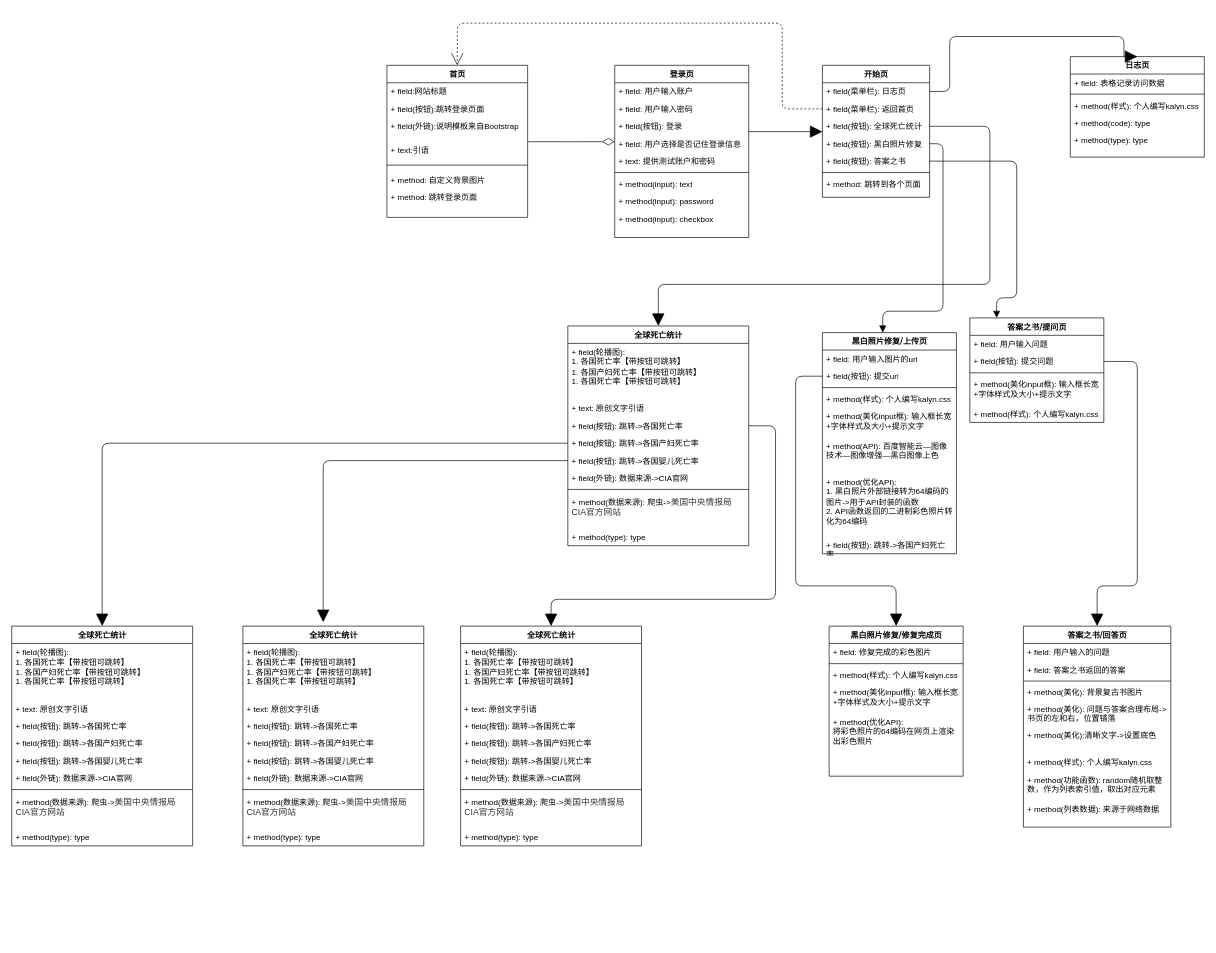
Above: 页面流程图.drawio in azazazzzz/python_project (draw.io), before the change. Source tidied: cells renumbered, new cells numbered last; positions are measured from the earlier drawing's top-left corner, leaving out a move shared by most shapes. Both pictures are drawn from the tidied source at 67%, with x=0, y=0 at pixel (11, 23).
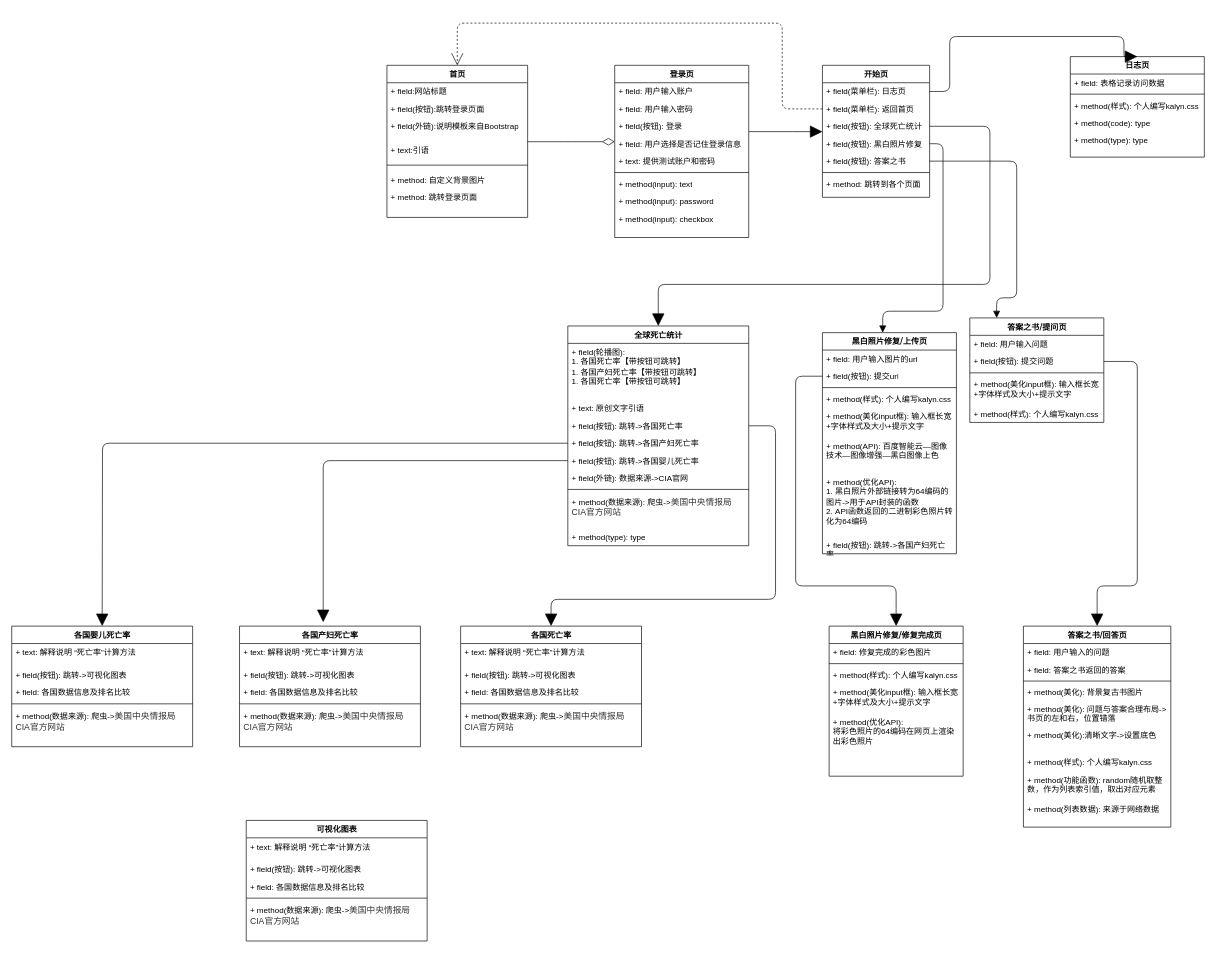
After the change.

Commit message (it also covers changes not shown here):
更新页面流程图.drawio

Unchanged cells that the change refers to:
```xml
<mxCell id="33" value="+ field(按钮): 跳转-&amp;gt;各国产妇死亡率" style="text;html=1;strokeColor=none;fillColor=none;align=left;verticalAlign=top;spacingLeft=4;spacingRight=4;whiteSpace=wrap;overflow=hidden;points=[[0,0.5],[1,0.5]];portConstraint=eastwest;" parent="29" vertex="1">
  <mxGeometry y="162" width="270" height="26" as="geometry" />
</mxCell>
<mxCell id="34" value="+ field(按钮): 跳转-&amp;gt;各国婴儿死亡率" style="text;html=1;strokeColor=none;fillColor=none;align=left;verticalAlign=top;spacingLeft=4;spacingRight=4;whiteSpace=wrap;overflow=hidden;points=[[0,0.5],[1,0.5]];portConstraint=eastwest;" parent="29" vertex="1">
  <mxGeometry y="188" width="270" height="26" as="geometry" />
</mxCell>
```

Diff of the diagram source:
```diff
@@
-    <mxCell id="83" value="全球死亡统计" style="swimlane;html=1;fontStyle=1;align=center;verticalAlign=top;horizontal=1;startSize=26;swimlaneFillColor=#ffffff;rounded=0;shadow=0;comic=0;labelBackgroundColor=none;strokeWidth=1;fillColor=none;fontFamily=Verdana;fontSize=12;" parent="1" vertex="1">
-      <mxGeometry y="900" width="270" height="328" as="geometry" />
-    </mxCell>
-    <mxCell id="84" value="+ field(轮播图): &lt;br&gt;1. 各国死亡率【带按钮可跳转】&lt;br&gt;1. 各国产妇死亡率【带按钮可跳转】&lt;br&gt;1. 各国死亡率【带按钮可跳转】" style="text;html=1;strokeColor=none;fillColor=none;align=left;verticalAlign=top;spacingLeft=4;spacingRight=4;whiteSpace=wrap;overflow=hidden;" parent="83" vertex="1">
-      <mxGeometry y="26" width="270" height="84" as="geometry" />
-    </mxCell>
-    <mxCell id="85" value="+ text: 原创文字引语" style="text;html=1;strokeColor=none;fillColor=none;align=left;verticalAlign=top;spacingLeft=4;spacingRight=4;whiteSpace=wrap;overflow=hidden;" parent="83" vertex="1">
-      <mxGeometry y="110" width="270" height="26" as="geometry" />
-    </mxCell>
-    <mxCell id="86" value="+ field(按钮): 跳转-&amp;gt;各国死亡率" style="text;html=1;strokeColor=none;fillColor=none;align=left;verticalAlign=top;spacingLeft=4;spacingRight=4;whiteSpace=wrap;overflow=hidden;" parent="83" vertex="1">
-      <mxGeometry y="136" width="270" height="26" as="geometry" />
-    </mxCell>
-    <mxCell id="87" value="+ field(按钮): 跳转-&amp;gt;各国产妇死亡率" style="text;html=1;strokeColor=none;fillColor=none;align=left;verticalAlign=top;spacingLeft=4;spacingRight=4;whiteSpace=wrap;overflow=hidden;" parent="83" vertex="1">
-      <mxGeometry y="162" width="270" height="26" as="geometry" />
-    </mxCell>
-    <mxCell id="88" value="+ field(按钮): 跳转-&amp;gt;各国婴儿死亡率" style="text;html=1;strokeColor=none;fillColor=none;align=left;verticalAlign=top;spacingLeft=4;spacingRight=4;whiteSpace=wrap;overflow=hidden;" parent="83" vertex="1">
-      <mxGeometry y="188" width="270" height="26" as="geometry" />
-    </mxCell>
-    <mxCell id="89" value="+ field(外链): 数据来源-&amp;gt;CIA官网&amp;nbsp;" style="text;html=1;strokeColor=none;fillColor=none;align=left;verticalAlign=top;spacingLeft=4;spacingRight=4;whiteSpace=wrap;overflow=hidden;" parent="83" vertex="1">
-      <mxGeometry y="214" width="270" height="26" as="geometry" />
-    </mxCell>
-    <mxCell id="90" style="line;html=1;strokeWidth=1;fillColor=none;align=left;verticalAlign=middle;spacingTop=-1;spacingLeft=3;spacingRight=3;labelPosition=right;" parent="83" vertex="1">
-      <mxGeometry y="240" width="270" height="8" as="geometry" />
-    </mxCell>
-    <mxCell id="91" value="+ method(数据来源): 爬虫-&amp;gt;&lt;span style=&quot;color: rgb(51 , 51 , 51) ; font-family: &amp;#34;arial&amp;#34; , sans-serif ; font-size: 13px ; background-color: rgb(255 , 255 , 255)&quot;&gt;美国中央情报局CIA官方网站&lt;/span&gt;" style="text;html=1;strokeColor=none;fillColor=none;align=left;verticalAlign=top;spacingLeft=4;spacingRight=4;whiteSpace=wrap;overflow=hidden;" parent="83" vertex="1">
-      <mxGeometry y="248" width="270" height="54" as="geometry" />
-    </mxCell>
-    <mxCell id="92" value="+ method(type): type" style="text;html=1;strokeColor=none;fillColor=none;align=left;verticalAlign=top;spacingLeft=4;spacingRight=4;whiteSpace=wrap;overflow=hidden;" parent="83" vertex="1">
-      <mxGeometry y="302" width="270" height="26" as="geometry" />
-    </mxCell>
-    <mxCell id="93" value="全球死亡统计" style="swimlane;html=1;fontStyle=1;align=center;verticalAlign=top;horizontal=1;startSize=26;swimlaneFillColor=#ffffff;rounded=0;shadow=0;comic=0;labelBackgroundColor=none;strokeWidth=1;fillColor=none;fontFamily=Verdana;fontSize=12;" parent="1" vertex="1">
-      <mxGeometry x="345" y="900" width="270" height="328" as="geometry" />
-    </mxCell>
-    <mxCell id="94" value="+ field(轮播图): &lt;br&gt;1. 各国死亡率【带按钮可跳转】&lt;br&gt;1. 各国产妇死亡率【带按钮可跳转】&lt;br&gt;1. 各国死亡率【带按钮可跳转】" style="text;html=1;strokeColor=none;fillColor=none;align=left;verticalAlign=top;spacingLeft=4;spacingRight=4;whiteSpace=wrap;overflow=hidden;" parent="93" vertex="1">
-      <mxGeometry y="26" width="270" height="84" as="geometry" />
-    </mxCell>
-    <mxCell id="95" value="+ text: 原创文字引语" style="text;html=1;strokeColor=none;fillColor=none;align=left;verticalAlign=top;spacingLeft=4;spacingRight=4;whiteSpace=wrap;overflow=hidden;" parent="93" vertex="1">
-      <mxGeometry y="110" width="270" height="26" as="geometry" />
-    </mxCell>
-    <mxCell id="96" value="+ field(按钮): 跳转-&amp;gt;各国死亡率" style="text;html=1;strokeColor=none;fillColor=none;align=left;verticalAlign=top;spacingLeft=4;spacingRight=4;whiteSpace=wrap;overflow=hidden;" parent="93" vertex="1">
-      <mxGeometry y="136" width="270" height="26" as="geometry" />
-    </mxCell>
-    <mxCell id="97" value="+ field(按钮): 跳转-&amp;gt;各国产妇死亡率" style="text;html=1;strokeColor=none;fillColor=none;align=left;verticalAlign=top;spacingLeft=4;spacingRight=4;whiteSpace=wrap;overflow=hidden;" parent="93" vertex="1">
-      <mxGeometry y="162" width="270" height="26" as="geometry" />
-    </mxCell>
-    <mxCell id="98" value="+ field(按钮): 跳转-&amp;gt;各国婴儿死亡率" style="text;html=1;strokeColor=none;fillColor=none;align=left;verticalAlign=top;spacingLeft=4;spacingRight=4;whiteSpace=wrap;overflow=hidden;" parent="93" vertex="1">
-      <mxGeometry y="188" width="270" height="26" as="geometry" />
-    </mxCell>
-    <mxCell id="99" value="+ field(外链): 数据来源-&amp;gt;CIA官网&amp;nbsp;" style="text;html=1;strokeColor=none;fillColor=none;align=left;verticalAlign=top;spacingLeft=4;spacingRight=4;whiteSpace=wrap;overflow=hidden;" parent="93" vertex="1">
-      <mxGeometry y="214" width="270" height="26" as="geometry" />
-    </mxCell>
-    <mxCell id="100" style="line;html=1;strokeWidth=1;fillColor=none;align=left;verticalAlign=middle;spacingTop=-1;spacingLeft=3;spacingRight=3;labelPosition=right;" parent="93" vertex="1">
-      <mxGeometry y="240" width="270" height="8" as="geometry" />
-    </mxCell>
-    <mxCell id="101" value="+ method(数据来源): 爬虫-&amp;gt;&lt;span style=&quot;color: rgb(51 , 51 , 51) ; font-family: &amp;#34;arial&amp;#34; , sans-serif ; font-size: 13px ; background-color: rgb(255 , 255 , 255)&quot;&gt;美国中央情报局CIA官方网站&lt;/span&gt;" style="text;html=1;strokeColor=none;fillColor=none;align=left;verticalAlign=top;spacingLeft=4;spacingRight=4;whiteSpace=wrap;overflow=hidden;" parent="93" vertex="1">
-      <mxGeometry y="248" width="270" height="54" as="geometry" />
-    </mxCell>
-    <mxCell id="102" value="+ method(type): type" style="text;html=1;strokeColor=none;fillColor=none;align=left;verticalAlign=top;spacingLeft=4;spacingRight=4;whiteSpace=wrap;overflow=hidden;" parent="93" vertex="1">
-      <mxGeometry y="302" width="270" height="26" as="geometry" />
-    </mxCell>
-    <mxCell id="103" value="全球死亡统计" style="swimlane;html=1;fontStyle=1;align=center;verticalAlign=top;horizontal=1;startSize=26;swimlaneFillColor=#ffffff;rounded=0;shadow=0;comic=0;labelBackgroundColor=none;strokeWidth=1;fillColor=none;fontFamily=Verdana;fontSize=12;" parent="1" vertex="1">
-      <mxGeometry x="670" y="900" width="270" height="328" as="geometry" />
+    <mxCell id="103" value="各国死亡率" style="swimlane;html=1;fontStyle=1;align=center;verticalAlign=top;horizontal=1;startSize=26;swimlaneFillColor=#ffffff;rounded=0;shadow=0;comic=0;labelBackgroundColor=none;strokeWidth=1;fillColor=none;fontFamily=Verdana;fontSize=12;" parent="1" vertex="1">
+      <mxGeometry x="670" y="900" width="270" height="180" as="geometry" />
     </mxCell>
-    <mxCell id="104" value="+ field(轮播图): &lt;br&gt;1. 各国死亡率【带按钮可跳转】&lt;br&gt;1. 各国产妇死亡率【带按钮可跳转】&lt;br&gt;1. 各国死亡率【带按钮可跳转】" style="text;html=1;strokeColor=none;fillColor=none;align=left;verticalAlign=top;spacingLeft=4;spacingRight=4;whiteSpace=wrap;overflow=hidden;" parent="103" vertex="1">
-      <mxGeometry y="26" width="270" height="84" as="geometry" />
+    <mxCell id="104" value="+ text: 解释说明 “死亡率”计算方法&amp;nbsp;" style="text;html=1;strokeColor=none;fillColor=none;align=left;verticalAlign=top;spacingLeft=4;spacingRight=4;whiteSpace=wrap;overflow=hidden;" parent="103" vertex="1">
+      <mxGeometry y="26" width="270" height="34" as="geometry" />
     </mxCell>
-    <mxCell id="105" value="+ text: 原创文字引语" style="text;html=1;strokeColor=none;fillColor=none;align=left;verticalAlign=top;spacingLeft=4;spacingRight=4;whiteSpace=wrap;overflow=hidden;" parent="103" vertex="1">
-      <mxGeometry y="110" width="270" height="26" as="geometry" />
-    </mxCell>
-    <mxCell id="106" value="+ field(按钮): 跳转-&amp;gt;各国死亡率" style="text;html=1;strokeColor=none;fillColor=none;align=left;verticalAlign=top;spacingLeft=4;spacingRight=4;whiteSpace=wrap;overflow=hidden;" parent="103" vertex="1">
-      <mxGeometry y="136" width="270" height="26" as="geometry" />
+    <mxCell id="106" value="+ field(按钮): 跳转-&amp;gt;可视化图表" style="text;html=1;strokeColor=none;fillColor=none;align=left;verticalAlign=top;spacingLeft=4;spacingRight=4;whiteSpace=wrap;overflow=hidden;" parent="103" vertex="1">
+      <mxGeometry y="60" width="270" height="26" as="geometry" />
     </mxCell>
-    <mxCell id="107" value="+ field(按钮): 跳转-&amp;gt;各国产妇死亡率" style="text;html=1;strokeColor=none;fillColor=none;align=left;verticalAlign=top;spacingLeft=4;spacingRight=4;whiteSpace=wrap;overflow=hidden;" parent="103" vertex="1">
-      <mxGeometry y="162" width="270" height="26" as="geometry" />
+    <mxCell id="107" value="+ field: 各国数据信息及排名比较" style="text;html=1;strokeColor=none;fillColor=none;align=left;verticalAlign=top;spacingLeft=4;spacingRight=4;whiteSpace=wrap;overflow=hidden;" parent="103" vertex="1">
+      <mxGeometry y="86" width="270" height="26" as="geometry" />
     </mxCell>
-    <mxCell id="108" value="+ field(按钮): 跳转-&amp;gt;各国婴儿死亡率" style="text;html=1;strokeColor=none;fillColor=none;align=left;verticalAlign=top;spacingLeft=4;spacingRight=4;whiteSpace=wrap;overflow=hidden;" parent="103" vertex="1">
-      <mxGeometry y="188" width="270" height="26" as="geometry" />
-    </mxCell>
-    <mxCell id="109" value="+ field(外链): 数据来源-&amp;gt;CIA官网&amp;nbsp;" style="text;html=1;strokeColor=none;fillColor=none;align=left;verticalAlign=top;spacingLeft=4;spacingRight=4;whiteSpace=wrap;overflow=hidden;" parent="103" vertex="1">
-      <mxGeometry y="214" width="270" height="26" as="geometry" />
-    </mxCell>
     <mxCell id="110" style="line;html=1;strokeWidth=1;fillColor=none;align=left;verticalAlign=middle;spacingTop=-1;spacingLeft=3;spacingRight=3;labelPosition=right;" parent="103" vertex="1">
-      <mxGeometry y="240" width="270" height="8" as="geometry" />
+      <mxGeometry y="112" width="270" height="8" as="geometry" />
     </mxCell>
     <mxCell id="111" value="+ method(数据来源): 爬虫-&amp;gt;&lt;span style=&quot;color: rgb(51 , 51 , 51) ; font-family: &amp;#34;arial&amp;#34; , sans-serif ; font-size: 13px ; background-color: rgb(255 , 255 , 255)&quot;&gt;美国中央情报局CIA官方网站&lt;/span&gt;" style="text;html=1;strokeColor=none;fillColor=none;align=left;verticalAlign=top;spacingLeft=4;spacingRight=4;whiteSpace=wrap;overflow=hidden;" parent="103" vertex="1">
-      <mxGeometry y="248" width="270" height="54" as="geometry" />
+      <mxGeometry y="120" width="270" height="54" as="geometry" />
     </mxCell>
-    <mxCell id="112" value="+ method(type): type" style="text;html=1;strokeColor=none;fillColor=none;align=left;verticalAlign=top;spacingLeft=4;spacingRight=4;whiteSpace=wrap;overflow=hidden;" parent="103" vertex="1">
-      <mxGeometry y="302" width="270" height="26" as="geometry" />
-    </mxCell>
@@
-    <mxCell id="115" style="edgeStyle=orthogonalEdgeStyle;html=1;labelBackgroundColor=none;startFill=0;startSize=8;endArrow=block;endFill=1;endSize=16;fontFamily=Verdana;fontSize=12;elbow=vertical;exitX=0;exitY=0.5;exitDx=0;exitDy=0;entryX=0.5;entryY=0;entryDx=0;entryDy=0;" parent="1" edge="1" source="33" target="83">
-      <mxGeometry relative="1" as="geometry" />
+    <mxCell id="115" style="edgeStyle=orthogonalEdgeStyle;html=1;labelBackgroundColor=none;startFill=0;startSize=8;endArrow=block;endFill=1;endSize=16;fontFamily=Verdana;fontSize=12;elbow=vertical;exitX=0;exitY=0.5;exitDx=0;exitDy=0;entryX=0.5;entryY=0;entryDx=0;entryDy=0;" parent="1" edge="1" source="33">
+      <mxGeometry relative="1" as="geometry">
+        <mxPoint x="135" y="900" as="targetPoint" />
+      </mxGeometry>
     </mxCell>
-    <mxCell id="116" style="edgeStyle=orthogonalEdgeStyle;html=1;labelBackgroundColor=none;startFill=0;startSize=8;endArrow=block;endFill=1;endSize=16;fontFamily=Verdana;fontSize=12;elbow=vertical;exitX=0;exitY=0.5;exitDx=0;exitDy=0;entryX=0.444;entryY=-0.018;entryDx=0;entryDy=0;entryPerimeter=0;" parent="1" edge="1" source="34" target="93">
+    <mxCell id="116" style="edgeStyle=orthogonalEdgeStyle;html=1;labelBackgroundColor=none;startFill=0;startSize=8;endArrow=block;endFill=1;endSize=16;fontFamily=Verdana;fontSize=12;elbow=vertical;exitX=0;exitY=0.5;exitDx=0;exitDy=0;entryX=0.444;entryY=-0.018;entryDx=0;entryDy=0;entryPerimeter=0;" parent="1" edge="1" source="34">
       <mxGeometry relative="1" as="geometry">
+        <mxPoint x="464.9" y="894.1" as="targetPoint" />
         <Array as="points">
           <mxPoint x="465" y="653" />
         </Array>
       </mxGeometry>
     </mxCell>
+    <mxCell id="117" value="各国产妇死亡率" style="swimlane;html=1;fontStyle=1;align=center;verticalAlign=top;horizontal=1;startSize=26;swimlaneFillColor=#ffffff;rounded=0;shadow=0;comic=0;labelBackgroundColor=none;strokeWidth=1;fillColor=none;fontFamily=Verdana;fontSize=12;" parent="1" vertex="1">
+      <mxGeometry x="340" y="900" width="270" height="180" as="geometry" />
+    </mxCell>
+    <mxCell id="118" value="+ text: 解释说明 “死亡率”计算方法&amp;nbsp;" style="text;html=1;strokeColor=none;fillColor=none;align=left;verticalAlign=top;spacingLeft=4;spacingRight=4;whiteSpace=wrap;overflow=hidden;" parent="117" vertex="1">
+      <mxGeometry y="26" width="270" height="34" as="geometry" />
+    </mxCell>
+    <mxCell id="119" value="+ field(按钮): 跳转-&amp;gt;可视化图表" style="text;html=1;strokeColor=none;fillColor=none;align=left;verticalAlign=top;spacingLeft=4;spacingRight=4;whiteSpace=wrap;overflow=hidden;" parent="117" vertex="1">
+      <mxGeometry y="60" width="270" height="26" as="geometry" />
+    </mxCell>
+    <mxCell id="120" value="+ field: 各国数据信息及排名比较" style="text;html=1;strokeColor=none;fillColor=none;align=left;verticalAlign=top;spacingLeft=4;spacingRight=4;whiteSpace=wrap;overflow=hidden;" parent="117" vertex="1">
+      <mxGeometry y="86" width="270" height="26" as="geometry" />
+    </mxCell>
+    <mxCell id="121" style="line;html=1;strokeWidth=1;fillColor=none;align=left;verticalAlign=middle;spacingTop=-1;spacingLeft=3;spacingRight=3;labelPosition=right;" parent="117" vertex="1">
+      <mxGeometry y="112" width="270" height="8" as="geometry" />
+    </mxCell>
+    <mxCell id="122" value="+ method(数据来源): 爬虫-&amp;gt;&lt;span style=&quot;color: rgb(51 , 51 , 51) ; font-family: &amp;#34;arial&amp;#34; , sans-serif ; font-size: 13px ; background-color: rgb(255 , 255 , 255)&quot;&gt;美国中央情报局CIA官方网站&lt;/span&gt;" style="text;html=1;strokeColor=none;fillColor=none;align=left;verticalAlign=top;spacingLeft=4;spacingRight=4;whiteSpace=wrap;overflow=hidden;" parent="117" vertex="1">
+      <mxGeometry y="120" width="270" height="54" as="geometry" />
+    </mxCell>
+    <mxCell id="123" value="各国婴儿死亡率" style="swimlane;html=1;fontStyle=1;align=center;verticalAlign=top;horizontal=1;startSize=26;swimlaneFillColor=#ffffff;rounded=0;shadow=0;comic=0;labelBackgroundColor=none;strokeWidth=1;fillColor=none;fontFamily=Verdana;fontSize=12;" parent="1" vertex="1">
+      <mxGeometry y="900" width="270" height="180" as="geometry" />
+    </mxCell>
+    <mxCell id="124" value="+ text: 解释说明 “死亡率”计算方法&amp;nbsp;" style="text;html=1;strokeColor=none;fillColor=none;align=left;verticalAlign=top;spacingLeft=4;spacingRight=4;whiteSpace=wrap;overflow=hidden;" parent="123" vertex="1">
+      <mxGeometry y="26" width="270" height="34" as="geometry" />
+    </mxCell>
+    <mxCell id="125" value="+ field(按钮): 跳转-&amp;gt;可视化图表" style="text;html=1;strokeColor=none;fillColor=none;align=left;verticalAlign=top;spacingLeft=4;spacingRight=4;whiteSpace=wrap;overflow=hidden;" parent="123" vertex="1">
+      <mxGeometry y="60" width="270" height="26" as="geometry" />
+    </mxCell>
+    <mxCell id="126" value="+ field: 各国数据信息及排名比较" style="text;html=1;strokeColor=none;fillColor=none;align=left;verticalAlign=top;spacingLeft=4;spacingRight=4;whiteSpace=wrap;overflow=hidden;" parent="123" vertex="1">
+      <mxGeometry y="86" width="270" height="26" as="geometry" />
+    </mxCell>
+    <mxCell id="127" style="line;html=1;strokeWidth=1;fillColor=none;align=left;verticalAlign=middle;spacingTop=-1;spacingLeft=3;spacingRight=3;labelPosition=right;" parent="123" vertex="1">
+      <mxGeometry y="112" width="270" height="8" as="geometry" />
+    </mxCell>
+    <mxCell id="128" value="+ method(数据来源): 爬虫-&amp;gt;&lt;span style=&quot;color: rgb(51 , 51 , 51) ; font-family: &amp;#34;arial&amp;#34; , sans-serif ; font-size: 13px ; background-color: rgb(255 , 255 , 255)&quot;&gt;美国中央情报局CIA官方网站&lt;/span&gt;" style="text;html=1;strokeColor=none;fillColor=none;align=left;verticalAlign=top;spacingLeft=4;spacingRight=4;whiteSpace=wrap;overflow=hidden;" parent="123" vertex="1">
+      <mxGeometry y="120" width="270" height="54" as="geometry" />
+    </mxCell>
+    <mxCell id="129" value="可视化图表" style="swimlane;html=1;fontStyle=1;align=center;verticalAlign=top;horizontal=1;startSize=26;swimlaneFillColor=#ffffff;rounded=0;shadow=0;comic=0;labelBackgroundColor=none;strokeWidth=1;fillColor=none;fontFamily=Verdana;fontSize=12;" parent="1" vertex="1">
+      <mxGeometry x="350" y="1190" width="270" height="180" as="geometry" />
+    </mxCell>
+    <mxCell id="130" value="+ text: 解释说明 “死亡率”计算方法&amp;nbsp;" style="text;html=1;strokeColor=none;fillColor=none;align=left;verticalAlign=top;spacingLeft=4;spacingRight=4;whiteSpace=wrap;overflow=hidden;" parent="129" vertex="1">
+      <mxGeometry y="26" width="270" height="34" as="geometry" />
+    </mxCell>
+    <mxCell id="131" value="+ field(按钮): 跳转-&amp;gt;可视化图表" style="text;html=1;strokeColor=none;fillColor=none;align=left;verticalAlign=top;spacingLeft=4;spacingRight=4;whiteSpace=wrap;overflow=hidden;" parent="129" vertex="1">
+      <mxGeometry y="60" width="270" height="26" as="geometry" />
+    </mxCell>
+    <mxCell id="132" value="+ field: 各国数据信息及排名比较" style="text;html=1;strokeColor=none;fillColor=none;align=left;verticalAlign=top;spacingLeft=4;spacingRight=4;whiteSpace=wrap;overflow=hidden;" parent="129" vertex="1">
+      <mxGeometry y="86" width="270" height="26" as="geometry" />
+    </mxCell>
+    <mxCell id="133" style="line;html=1;strokeWidth=1;fillColor=none;align=left;verticalAlign=middle;spacingTop=-1;spacingLeft=3;spacingRight=3;labelPosition=right;" parent="129" vertex="1">
+      <mxGeometry y="112" width="270" height="8" as="geometry" />
+    </mxCell>
+    <mxCell id="134" value="+ method(数据来源): 爬虫-&amp;gt;&lt;span style=&quot;color: rgb(51 , 51 , 51) ; font-family: &amp;#34;arial&amp;#34; , sans-serif ; font-size: 13px ; background-color: rgb(255 , 255 , 255)&quot;&gt;美国中央情报局CIA官方网站&lt;/span&gt;" style="text;html=1;strokeColor=none;fillColor=none;align=left;verticalAlign=top;spacingLeft=4;spacingRight=4;whiteSpace=wrap;overflow=hidden;" parent="129" vertex="1">
+      <mxGeometry y="120" width="270" height="54" as="geometry" />
+    </mxCell>
```
